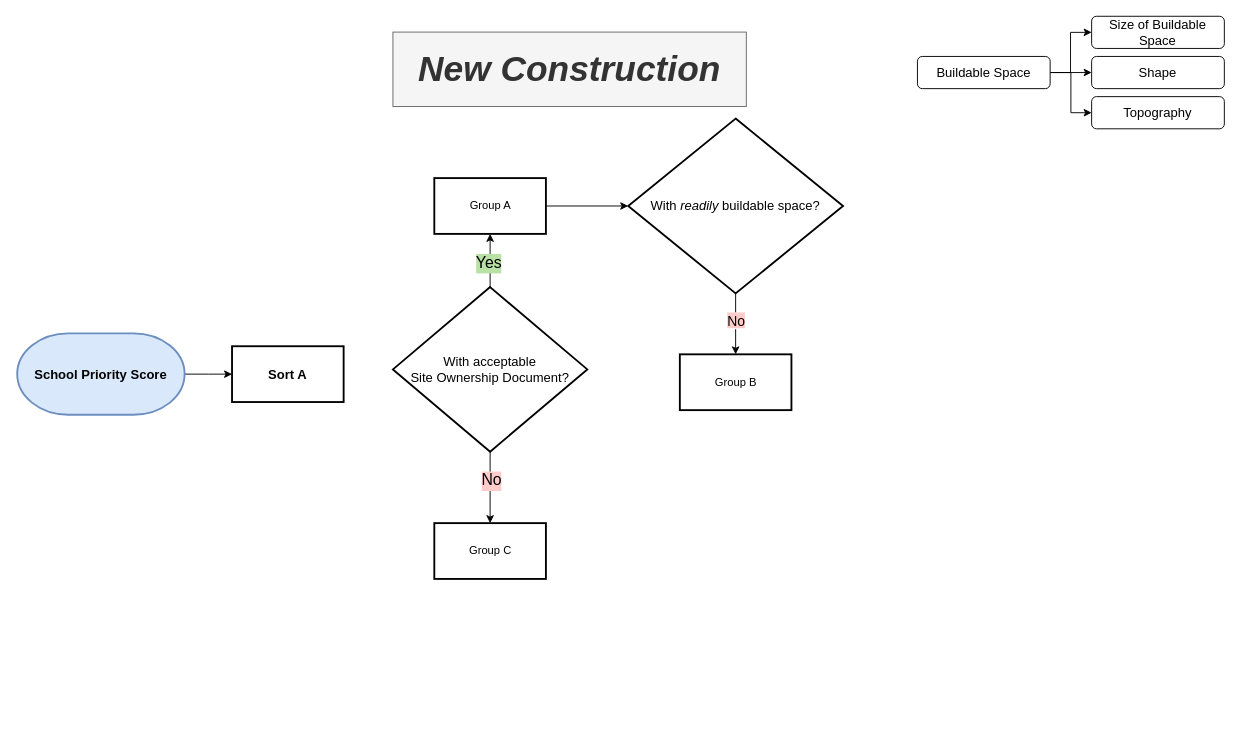
jnlawrence/DepEd_scripts keeps this draw.io diagram as page "New Construction" (2 of 2) of EFD Prioritization.drawio. Above is the earlier version. Source tidied: cells renumbered, new cells numbered last; positions are measured from the earlier drawing's top-left corner, leaving out a move shared by most shapes. Both pictures are drawn from the tidied source at 93%, with x=0, y=0 at pixel (17, 16).
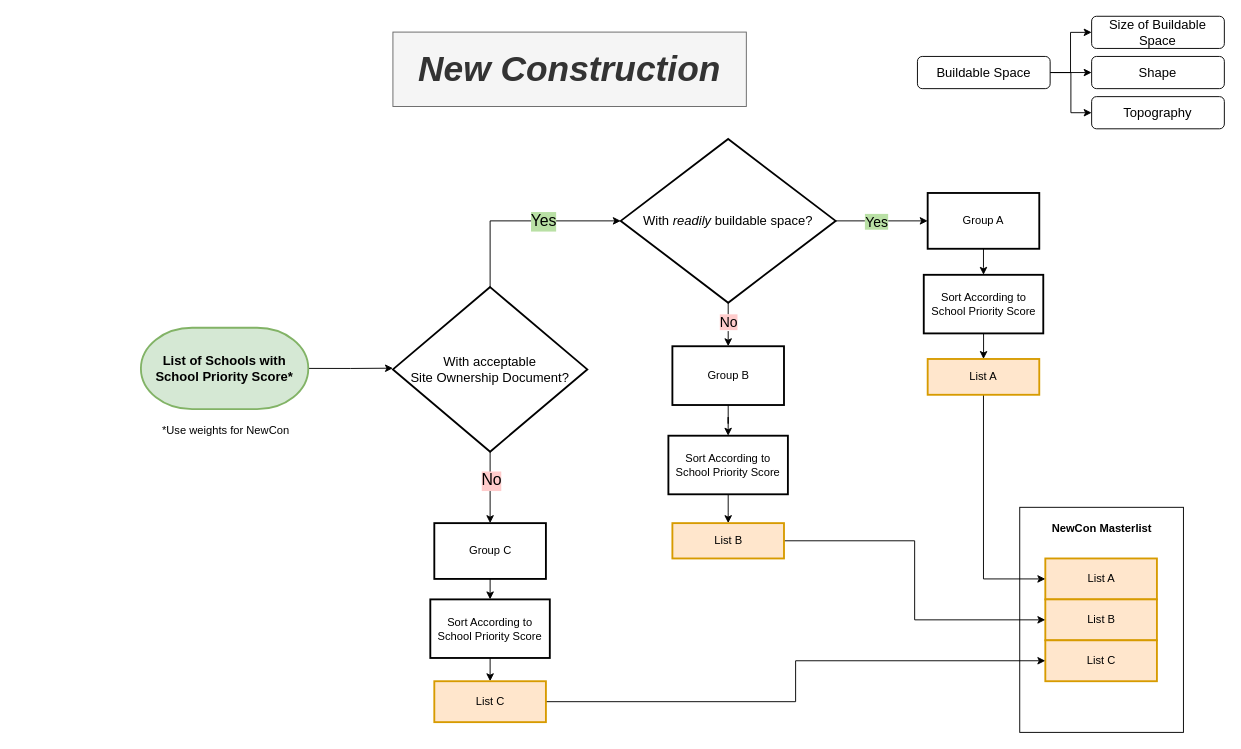
Above is the later version.

The change refers to these unchanged cells:
```xml
<mxCell id="17" value="&lt;div&gt;&lt;font style=&quot;font-size: 14px;&quot;&gt;With acceptable&lt;/font&gt;&lt;/div&gt;&lt;font style=&quot;font-size: 14px;&quot;&gt;Site Ownership Document?&lt;/font&gt;" style="strokeWidth=2;html=1;shape=mxgraph.flowchart.decision;whiteSpace=wrap;" parent="1" vertex="1">
  <mxGeometry x="404" y="291.2" width="209" height="177" as="geometry" />
</mxCell>
<mxCell id="18" value="Group C" style="whiteSpace=wrap;html=1;strokeWidth=2;" parent="1" vertex="1">
  <mxGeometry x="448.5" y="545" width="120" height="60" as="geometry" />
</mxCell>
```

Diff of the diagram source:
```diff
@@
+    <mxCell id="26" style="group;" parent="1" vertex="1">
+      <mxGeometry x="1078" y="528" width="176" height="242" as="geometry" />
+    </mxCell>
+    <mxCell id="27" style="rounded=0;whiteSpace=wrap;html=1;" parent="26" vertex="1">
+      <mxGeometry width="176" height="242" as="geometry" />
+    </mxCell>
+    <mxCell id="28" value="NewCon Masterlist" style="text;html=1;align=center;verticalAlign=middle;strokeColor=none;fillColor=none;fontStyle=1;" parent="26" vertex="1">
+      <mxGeometry x="27.5" y="6" width="121" height="33" as="geometry" />
+    </mxCell>
+    <mxCell id="29" value="List A" style="whiteSpace=wrap;html=1;strokeWidth=2;fillColor=#ffe6cc;strokeColor=#d79b00;" parent="26" vertex="1">
+      <mxGeometry x="27.5" y="55" width="120" height="44" as="geometry" />
+    </mxCell>
+    <mxCell id="30" value="List B" style="whiteSpace=wrap;html=1;strokeWidth=2;fillColor=#ffe6cc;strokeColor=#d79b00;" parent="26" vertex="1">
+      <mxGeometry x="27.5" y="99" width="120" height="44" as="geometry" />
+    </mxCell>
+    <mxCell id="31" value="List C" style="whiteSpace=wrap;html=1;strokeWidth=2;fillColor=#ffe6cc;strokeColor=#d79b00;" parent="26" vertex="1">
+      <mxGeometry x="27.5" y="143" width="120" height="44" as="geometry" />
+    </mxCell>
@@
-    <mxCell id="11" style="edgeStyle=orthogonalEdgeStyle;rounded=0;jettySize=auto;html=1;" parent="1" edge="1" source="12" target="25">
-      <mxGeometry relative="1" as="geometry" />
+    <mxCell id="11" style="edgeStyle=orthogonalEdgeStyle;rounded=0;jettySize=auto;html=1;exitX=1;exitY=0.5;exitDx=0;exitDy=0;exitPerimeter=0;" parent="1" edge="1" source="39">
+      <mxGeometry relative="1" as="geometry">
+        <mxPoint x="404" y="378.4" as="targetPoint" />
+      </mxGeometry>
     </mxCell>
-    <mxCell id="12" value="School Priority Score" style="strokeWidth=2;html=1;shape=mxgraph.flowchart.terminator;whiteSpace=wrap;fontStyle=1;fillColor=#dae8fc;strokeColor=#6c8ebf;fontSize=14;" parent="1" vertex="1">
-      <mxGeometry y="341" width="180" height="87.5" as="geometry" />
-    </mxCell>
@@
-    <mxCell id="15" style="edgeStyle=orthogonalEdgeStyle;rounded=0;jettySize=auto;html=1;" parent="1" edge="1" source="17" target="19">
+    <mxCell id="15" style="edgeStyle=orthogonalEdgeStyle;rounded=0;jettySize=auto;html=1;entryX=0;entryY=0.5;entryDx=0;entryDy=0;entryPerimeter=0;exitX=0.5;exitY=0;exitDx=0;exitDy=0;exitPerimeter=0;" parent="1" edge="1" source="17" target="22">
       <mxGeometry relative="1" as="geometry" />
     </mxCell>
     <mxCell id="16" value="Yes" style="edgeLabel;html=1;align=center;verticalAlign=middle;labelBackgroundColor=#B9E0A5;fontSize=17;" parent="15" vertex="1">
-      <mxGeometry x="-0.09" y="2" relative="1" as="geometry" />
+      <mxGeometry x="-0.09" y="2" relative="1" as="geometry">
+        <mxPoint x="32" y="2" as="offset" />
+      </mxGeometry>
     </mxCell>
@@
+    <mxCell id="32" style="edgeStyle=orthogonalEdgeStyle;rounded=0;jettySize=auto;html=1;" parent="1" edge="1" source="18" target="38">
+      <mxGeometry relative="1" as="geometry" />
+    </mxCell>
@@
-    <mxCell id="19" value="Group A" style="whiteSpace=wrap;html=1;strokeWidth=2;" parent="1" vertex="1">
-      <mxGeometry x="448.5" y="174" width="120" height="60" as="geometry" />
-    </mxCell>
@@
+    <mxCell id="33" style="edgeStyle=orthogonalEdgeStyle;rounded=0;jettySize=auto;html=1;entryX=0;entryY=0.5;entryDx=0;entryDy=0;" parent="1" edge="1" source="22" target="19">
+      <mxGeometry relative="1" as="geometry" />
+    </mxCell>
+    <mxCell id="34" value="&lt;span style=&quot;background-color: rgb(185, 224, 165);&quot;&gt;Yes&lt;/span&gt;" style="edgeLabel;html=1;align=center;verticalAlign=middle;fontSize=15;" parent="33" vertex="1">
+      <mxGeometry x="-0.14" y="-2" relative="1" as="geometry">
+        <mxPoint y="-2" as="offset" />
+      </mxGeometry>
+    </mxCell>
     <mxCell id="22" value="&lt;div&gt;&lt;font style=&quot;font-size: 14px;&quot;&gt;With &lt;i&gt;readily&lt;/i&gt;&amp;nbsp;buildable space?&lt;/font&gt;&lt;/div&gt;" style="strokeWidth=2;html=1;shape=mxgraph.flowchart.decision;whiteSpace=wrap;" parent="1" vertex="1">
-      <mxGeometry x="657" y="110" width="231" height="188" as="geometry" />
+      <mxGeometry x="649" y="132" width="231" height="176" as="geometry" />
     </mxCell>
-    <mxCell id="23" style="edgeStyle=orthogonalEdgeStyle;rounded=0;jettySize=auto;html=1;entryX=0;entryY=0.5;entryDx=0;entryDy=0;entryPerimeter=0;" parent="1" edge="1" source="19" target="22">
-      <mxGeometry relative="1" as="geometry" />
-    </mxCell>
+    <mxCell id="35" style="edgeStyle=orthogonalEdgeStyle;rounded=0;jettySize=auto;html=1;entryX=0.5;entryY=0;entryDx=0;entryDy=0;" parent="1" edge="1" source="24" target="41">
+      <mxGeometry relative="1" as="geometry" />
+    </mxCell>
     <mxCell id="24" value="Group B" style="whiteSpace=wrap;html=1;strokeWidth=2;" parent="1" vertex="1">
-      <mxGeometry x="712.5" y="363.5" width="120" height="60" as="geometry" />
+      <mxGeometry x="704.5" y="354.8" width="120" height="63.2" as="geometry" />
     </mxCell>
-    <mxCell id="25" value="Sort A" style="whiteSpace=wrap;html=1;fontSize=14;strokeWidth=2;fontStyle=1;" parent="1" vertex="1">
-      <mxGeometry x="231" y="354.8" width="120" height="60" as="geometry" />
-    </mxCell>
+    <mxCell id="36" style="edgeStyle=orthogonalEdgeStyle;rounded=0;jettySize=auto;html=1;entryX=0.5;entryY=0;entryDx=0;entryDy=0;" parent="1" edge="1" source="19" target="43">
+      <mxGeometry relative="1" as="geometry" />
+    </mxCell>
+    <mxCell id="19" value="Group A" style="whiteSpace=wrap;html=1;strokeWidth=2;" parent="1" vertex="1">
+      <mxGeometry x="979" y="190" width="120" height="60" as="geometry" />
+    </mxCell>
+    <mxCell id="37" style="edgeStyle=orthogonalEdgeStyle;rounded=0;jettySize=auto;html=1;" parent="1" edge="1" source="38" target="45">
+      <mxGeometry relative="1" as="geometry" />
+    </mxCell>
+    <mxCell id="38" value="Sort According to School Priority Score" style="whiteSpace=wrap;html=1;strokeWidth=2;" parent="1" vertex="1">
+      <mxGeometry x="444.2" y="627" width="128.5" height="63" as="geometry" />
+    </mxCell>
+    <mxCell id="39" value="&lt;div&gt;List of Schools with&lt;/div&gt;School Priority Score*" style="strokeWidth=2;html=1;shape=mxgraph.flowchart.terminator;whiteSpace=wrap;fontStyle=1;fillColor=#d5e8d4;strokeColor=#82b366;fontSize=14;" parent="1" vertex="1">
+      <mxGeometry x="133" y="334.9" width="180" height="87.5" as="geometry" />
+    </mxCell>
+    <mxCell id="40" style="edgeStyle=orthogonalEdgeStyle;rounded=0;jettySize=auto;html=1;" parent="1" edge="1" source="41" target="47">
+      <mxGeometry relative="1" as="geometry" />
+    </mxCell>
+    <mxCell id="41" value="Sort According to School Priority Score" style="whiteSpace=wrap;html=1;strokeWidth=2;" parent="1" vertex="1">
+      <mxGeometry x="700.2" y="451" width="128.5" height="63" as="geometry" />
+    </mxCell>
+    <mxCell id="42" style="edgeStyle=orthogonalEdgeStyle;rounded=0;jettySize=auto;html=1;" parent="1" edge="1" source="43" target="49">
+      <mxGeometry relative="1" as="geometry" />
+    </mxCell>
+    <mxCell id="43" value="Sort According to School Priority Score" style="whiteSpace=wrap;html=1;strokeWidth=2;" parent="1" vertex="1">
+      <mxGeometry x="974.8" y="278" width="128.5" height="63" as="geometry" />
+    </mxCell>
+    <mxCell id="44" style="edgeStyle=orthogonalEdgeStyle;rounded=0;jettySize=auto;html=1;entryX=0;entryY=0.5;entryDx=0;entryDy=0;" parent="1" edge="1" source="45" target="31">
+      <mxGeometry relative="1" as="geometry" />
+    </mxCell>
+    <mxCell id="45" value="List C" style="whiteSpace=wrap;html=1;strokeWidth=2;fillColor=#ffe6cc;strokeColor=#d79b00;" parent="1" vertex="1">
+      <mxGeometry x="448.5" y="715" width="120" height="44" as="geometry" />
+    </mxCell>
+    <mxCell id="46" style="edgeStyle=orthogonalEdgeStyle;rounded=0;jettySize=auto;html=1;entryX=0;entryY=0.5;entryDx=0;entryDy=0;" parent="1" edge="1" source="47" target="30">
+      <mxGeometry relative="1" as="geometry" />
+    </mxCell>
+    <mxCell id="47" value="List B" style="whiteSpace=wrap;html=1;strokeWidth=2;fillColor=#ffe6cc;strokeColor=#d79b00;" parent="1" vertex="1">
+      <mxGeometry x="704.5" y="545" width="120" height="38" as="geometry" />
+    </mxCell>
+    <mxCell id="48" style="edgeStyle=orthogonalEdgeStyle;rounded=0;jettySize=auto;html=1;entryX=0;entryY=0.5;entryDx=0;entryDy=0;exitX=0.5;exitY=1;exitDx=0;exitDy=0;" parent="1" edge="1" source="49" target="29">
+      <mxGeometry relative="1" as="geometry" />
+    </mxCell>
+    <mxCell id="49" value="List A" style="whiteSpace=wrap;html=1;strokeWidth=2;fillColor=#ffe6cc;strokeColor=#d79b00;" parent="1" vertex="1">
+      <mxGeometry x="979" y="368.5" width="120" height="38.5" as="geometry" />
+    </mxCell>
+    <mxCell id="50" value="*Use weights for NewCon" style="text;html=1;align=center;verticalAlign=middle;strokeColor=none;fillColor=none;" parent="1" vertex="1">
+      <mxGeometry x="141" y="429.1" width="165" height="33" as="geometry" />
+    </mxCell>
```
